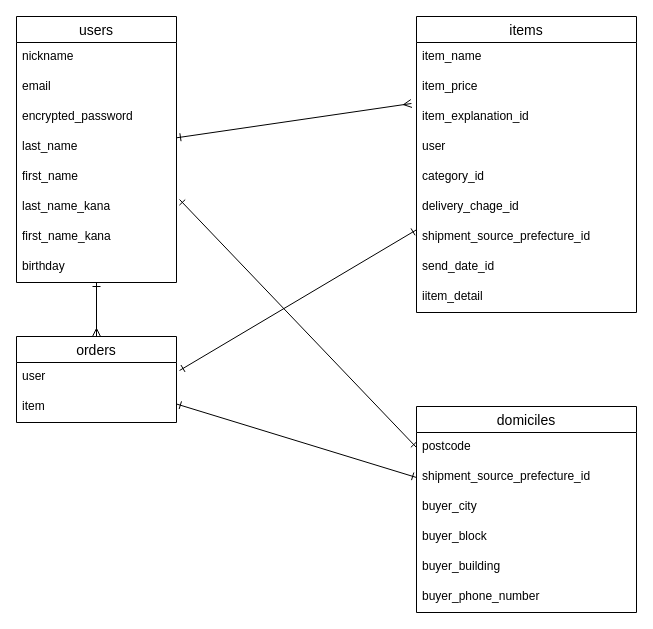
The draw.io diagram furima.dio in Yukkiyss/furima-38005, before the edit. Source tidied: cells renumbered, new cells numbered last; positions are measured from the earlier drawing's top-left corner, leaving out a move shared by most shapes. Both pictures are drawn from the tidied source at 100%, with x=0, y=0 at pixel (16, 16).
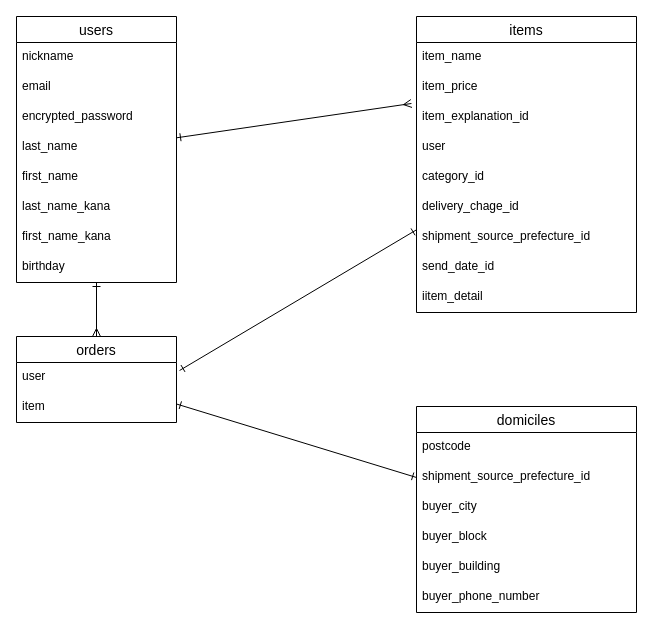
Above is the later version.

Commit message (it also covers changes not shown here):
アソシエーション修正

Unchanged cells that the change refers to:
```xml
<mxCell id="10" value="last_name_kana" style="text;strokeColor=none;fillColor=none;spacingLeft=4;spacingRight=4;overflow=hidden;points=[[0,0.5],[1,0.5]];portConstraint=eastwest;fontSize=12;" parent="4" vertex="1">
  <mxGeometry y="176" width="160" height="30" as="geometry" />
</mxCell>
<mxCell id="30" value="postcode" style="text;strokeColor=none;fillColor=none;spacingLeft=4;spacingRight=4;overflow=hidden;points=[[0,0.5],[1,0.5]];portConstraint=eastwest;fontSize=12;" parent="29" vertex="1">
  <mxGeometry y="26" width="220" height="30" as="geometry" />
</mxCell>
```

The edit, as a diff of the source:
```diff
@@
-    <mxCell id="28" style="edgeStyle=none;html=1;entryX=1.019;entryY=0.233;entryDx=0;entryDy=0;entryPerimeter=0;startArrow=ERone;startFill=0;endArrow=ERone;endFill=0;exitX=0;exitY=0.5;exitDx=0;exitDy=0;" parent="1" edge="1" source="30" target="10">
-      <mxGeometry relative="1" as="geometry" />
-    </mxCell>
```
